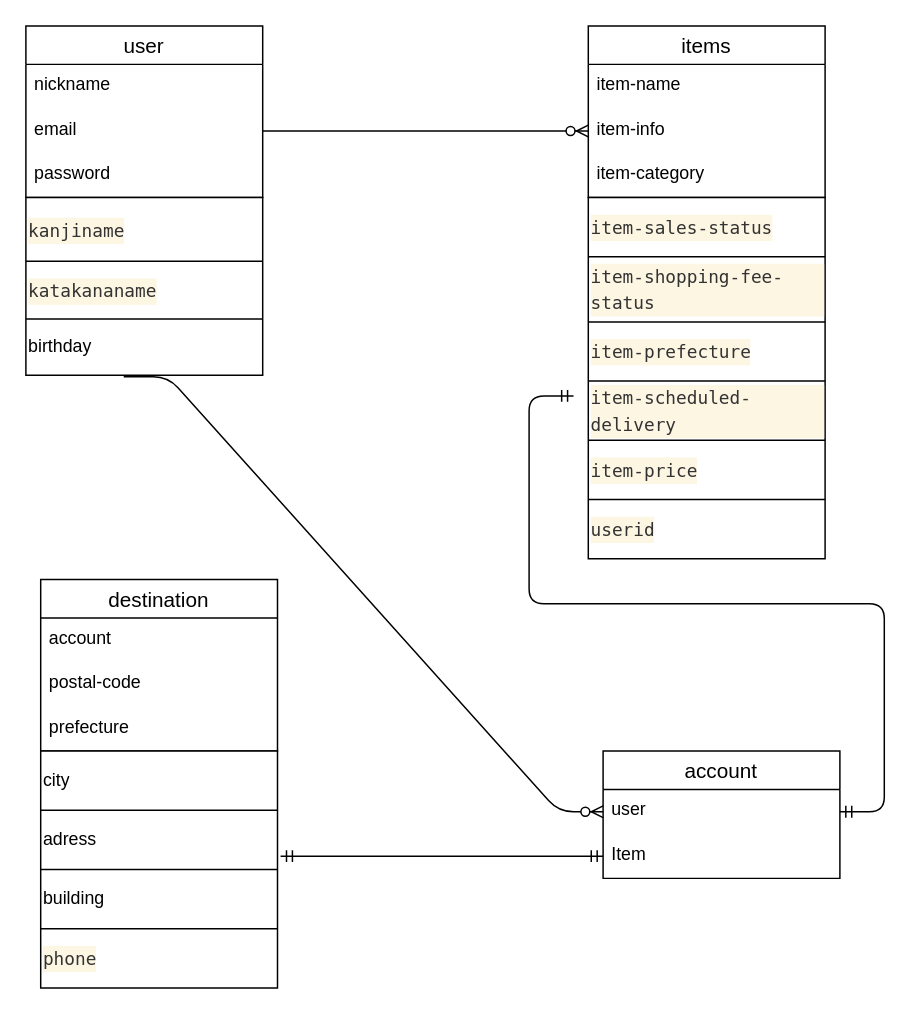
Above: test.dio in kondo1173/furima-35490 (draw.io), before the change. Source tidied: cells renumbered, new cells numbered last; positions are measured from the earlier drawing's top-left corner, leaving out a move shared by most shapes. Both pictures are drawn from the tidied source at 148%, with x=0, y=0 at pixel (25, 25).
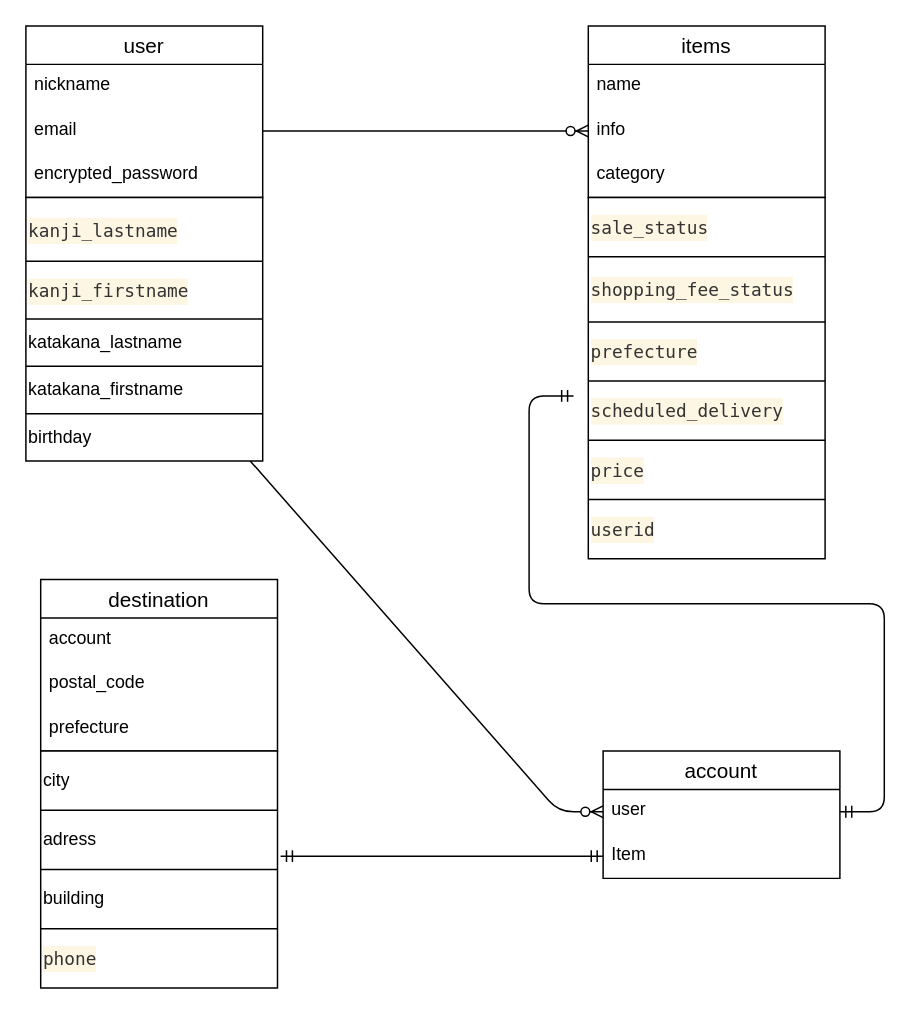
Above is the later version.

Commit message (it also covers changes not shown here):
README及びER図修正

Unchanged cells that the change refers to:
```xml
<mxCell id="2" value="user" style="swimlane;fontStyle=0;horizontal=1;startSize=26;align=center;fontSize=14;" parent="1" vertex="1">
  <mxGeometry width="160" height="116" as="geometry" />
</mxCell>
<mxCell id="6" value="items" style="swimlane;fontStyle=0;horizontal=1;startSize=26;align=center;fontSize=14;" parent="1" vertex="1">
  <mxGeometry x="380" width="160" height="116" as="geometry" />
</mxCell>
<mxCell id="17" style="shape=partialRectangle;html=1;whiteSpace=wrap;fillColor=none;top=0;left=0;bottom=0;right=0;" parent="16" vertex="1">
  <mxGeometry width="160" height="43" as="geometry" />
</mxCell>
<mxCell id="19" style="shape=partialRectangle;html=1;whiteSpace=wrap;fillColor=none;top=0;left=0;bottom=0;right=0;" parent="16" vertex="1">
  <mxGeometry y="43" width="160" height="39" as="geometry" />
</mxCell>
<mxCell id="24" style="shape=partialRectangle;html=1;whiteSpace=wrap;fillColor=none;top=0;left=0;bottom=0;right=0;" parent="23" vertex="1">
  <mxGeometry width="160" height="40" as="geometry" />
</mxCell>
<mxCell id="26" style="shape=partialRectangle;html=1;whiteSpace=wrap;fillColor=none;top=0;left=0;bottom=0;right=0;" parent="23" vertex="1">
  <mxGeometry y="40" width="160" height="44" as="geometry" />
</mxCell>
<mxCell id="28" style="shape=partialRectangle;html=1;whiteSpace=wrap;fillColor=none;top=0;left=0;bottom=0;right=0;" parent="23" vertex="1">
  <mxGeometry y="84" width="160" height="40" as="geometry" />
</mxCell>
<mxCell id="30" style="shape=partialRectangle;html=1;whiteSpace=wrap;fillColor=none;top=0;left=0;bottom=0;right=0;" parent="23" vertex="1">
  <mxGeometry y="124" width="160" height="40" as="geometry" />
</mxCell>
<mxCell id="32" style="shape=partialRectangle;html=1;whiteSpace=wrap;fillColor=none;top=0;left=0;bottom=0;right=0;" parent="23" vertex="1">
  <mxGeometry y="164" width="160" height="40" as="geometry" />
</mxCell>
<mxCell id="36" value="destination" style="swimlane;fontStyle=0;horizontal=1;startSize=26;align=center;fontSize=14;" parent="1" vertex="1">
  <mxGeometry x="10" y="374" width="160" height="116" as="geometry" />
</mxCell>
```

Diff of the diagram source:
```diff
@@
-<mxGraphModel>
+<mxGraphModel background="#ffffff">
@@
-    <mxCell id="5" value="password&#10;" style="text;strokeColor=none;fillColor=none;spacingLeft=4;spacingRight=4;overflow=hidden;fontSize=12;" parent="2" vertex="1">
+    <mxCell id="5" value="encrypted_password&#10;" style="text;strokeColor=none;fillColor=none;spacingLeft=4;spacingRight=4;overflow=hidden;fontSize=12;" parent="2" vertex="1">
       <mxGeometry y="86" width="160" height="30" as="geometry" />
     </mxCell>
@@
-    <mxCell id="7" value="item-name" style="text;strokeColor=none;fillColor=none;spacingLeft=4;spacingRight=4;overflow=hidden;fontSize=12;" parent="6" vertex="1">
+    <mxCell id="7" value="name" style="text;strokeColor=none;fillColor=none;spacingLeft=4;spacingRight=4;overflow=hidden;fontSize=12;" parent="6" vertex="1">
       <mxGeometry y="26" width="160" height="30" as="geometry" />
     </mxCell>
-    <mxCell id="8" value="item-info" style="text;strokeColor=none;fillColor=none;spacingLeft=4;spacingRight=4;overflow=hidden;fontSize=12;" parent="6" vertex="1">
+    <mxCell id="8" value="info" style="text;strokeColor=none;fillColor=none;spacingLeft=4;spacingRight=4;overflow=hidden;fontSize=12;" parent="6" vertex="1">
       <mxGeometry y="56" width="160" height="30" as="geometry" />
     </mxCell>
-    <mxCell id="9" value="item-category&#10;" style="text;strokeColor=none;fillColor=none;spacingLeft=4;spacingRight=4;overflow=hidden;fontSize=12;" parent="6" vertex="1">
+    <mxCell id="9" value="category&#10;" style="text;strokeColor=none;fillColor=none;spacingLeft=4;spacingRight=4;overflow=hidden;fontSize=12;" parent="6" vertex="1">
       <mxGeometry y="86" width="160" height="30" as="geometry" />
     </mxCell>
@@
     <mxCell id="16" style="shape=table;html=1;whiteSpace=wrap;startSize=0;childLayout=tableLayout;align=left;" parent="1" vertex="1">
-      <mxGeometry y="116" width="160" height="120" as="geometry" />
+      <mxGeometry y="116" width="160" height="178" as="geometry" />
     </mxCell>
@@
-    <mxCell id="18" value="&lt;div style=&quot;color: rgb(51, 51, 51); background-color: rgb(253, 246, 227); font-family: menlo, monaco, &amp;quot;courier new&amp;quot;, monospace; font-weight: normal; font-size: 12px; line-height: 18px;&quot;&gt;&lt;div&gt;&lt;span style=&quot;color: #333333&quot;&gt;kanjiname&lt;/span&gt;&lt;/div&gt;&lt;/div&gt;" style="shape=partialRectangle;html=1;whiteSpace=wrap;overflow=hidden;fillColor=none;top=0;left=0;bottom=0;right=0;align=left;" parent="17" vertex="1">
+    <mxCell id="18" value="&lt;div style=&quot;color: rgb(51 , 51 , 51) ; background-color: rgb(253 , 246 , 227) ; font-family: &amp;#34;menlo&amp;#34; , &amp;#34;monaco&amp;#34; , &amp;#34;courier new&amp;#34; , monospace ; font-weight: normal ; font-size: 12px ; line-height: 18px&quot;&gt;&lt;div&gt;&lt;span style=&quot;color: #333333&quot;&gt;kanji_lastname&lt;/span&gt;&lt;/div&gt;&lt;/div&gt;" style="shape=partialRectangle;html=1;whiteSpace=wrap;overflow=hidden;fillColor=none;top=0;left=0;bottom=0;right=0;align=left;" parent="17" vertex="1">
       <mxGeometry width="160" height="43" as="geometry" />
     </mxCell>
@@
-    <mxCell id="20" value="&lt;div style=&quot;color: rgb(51, 51, 51); background-color: rgb(253, 246, 227); font-family: menlo, monaco, &amp;quot;courier new&amp;quot;, monospace; font-weight: normal; font-size: 12px; line-height: 18px;&quot;&gt;&lt;div&gt;&lt;span style=&quot;color: #333333&quot;&gt;katakananame&lt;/span&gt;&lt;/div&gt;&lt;/div&gt;" style="shape=partialRectangle;html=1;whiteSpace=wrap;overflow=hidden;fillColor=none;top=0;left=0;bottom=0;right=0;align=left;" parent="19" vertex="1">
+    <mxCell id="20" value="&lt;div style=&quot;color: rgb(51 , 51 , 51) ; background-color: rgb(253 , 246 , 227) ; font-family: &amp;#34;menlo&amp;#34; , &amp;#34;monaco&amp;#34; , &amp;#34;courier new&amp;#34; , monospace ; font-weight: normal ; font-size: 12px ; line-height: 18px&quot;&gt;&lt;div&gt;&lt;span style=&quot;color: #333333&quot;&gt;kanji_firstname&lt;/span&gt;&lt;/div&gt;&lt;/div&gt;" style="shape=partialRectangle;html=1;whiteSpace=wrap;overflow=hidden;fillColor=none;top=0;left=0;bottom=0;right=0;align=left;" parent="19" vertex="1">
       <mxGeometry width="160" height="39" as="geometry" />
     </mxCell>
     <mxCell id="21" style="shape=partialRectangle;html=1;whiteSpace=wrap;fillColor=none;top=0;left=0;bottom=0;right=0;points=[[0,0.5],[1,0.5]];portConstraint=eastwest;" parent="16" vertex="1">
-      <mxGeometry y="82" width="160" height="38" as="geometry" />
+      <mxGeometry y="82" width="160" height="32" as="geometry" />
     </mxCell>
-    <mxCell id="22" value="birthday" style="shape=partialRectangle;html=1;whiteSpace=wrap;overflow=hidden;fillColor=none;top=0;left=0;bottom=0;right=0;align=left;" parent="21" vertex="1">
-      <mxGeometry width="160" height="38" as="geometry" />
+    <mxCell id="22" value="katakana_lastname" style="shape=partialRectangle;html=1;whiteSpace=wrap;overflow=hidden;fillColor=none;top=0;left=0;bottom=0;right=0;align=left;" parent="21" vertex="1">
+      <mxGeometry width="160" height="32" as="geometry" />
     </mxCell>
+    <mxCell id="50" style="shape=partialRectangle;html=1;whiteSpace=wrap;fillColor=none;top=0;left=0;bottom=0;right=0;" parent="16" vertex="1">
+      <mxGeometry y="114" width="160" height="32" as="geometry" />
+    </mxCell>
+    <mxCell id="51" value="katakana_firstname" style="shape=partialRectangle;html=1;whiteSpace=wrap;overflow=hidden;fillColor=none;top=0;left=0;bottom=0;right=0;align=left;" parent="50" vertex="1">
+      <mxGeometry width="160" height="32" as="geometry" />
+    </mxCell>
+    <mxCell id="52" style="shape=partialRectangle;html=1;whiteSpace=wrap;fillColor=none;top=0;left=0;bottom=0;right=0;" parent="16" vertex="1">
+      <mxGeometry y="146" width="160" height="32" as="geometry" />
+    </mxCell>
+    <mxCell id="53" value="birthday" style="shape=partialRectangle;html=1;whiteSpace=wrap;overflow=hidden;fillColor=none;top=0;left=0;bottom=0;right=0;align=left;" parent="52" vertex="1">
+      <mxGeometry width="160" height="32" as="geometry" />
+    </mxCell>
@@
-    <mxCell id="25" value="&lt;div style=&quot;color: rgb(51, 51, 51); background-color: rgb(253, 246, 227); font-family: menlo, monaco, &amp;quot;courier new&amp;quot;, monospace; font-weight: normal; font-size: 12px; line-height: 18px;&quot;&gt;&lt;div&gt;&lt;span style=&quot;color: #333333&quot;&gt;item-sales-status&lt;/span&gt;&lt;/div&gt;&lt;/div&gt;" style="shape=partialRectangle;html=1;whiteSpace=wrap;overflow=hidden;fillColor=none;top=0;left=0;bottom=0;right=0;align=left;" parent="24" vertex="1">
+    <mxCell id="25" value="&lt;div style=&quot;color: rgb(51 , 51 , 51) ; background-color: rgb(253 , 246 , 227) ; font-family: &amp;#34;menlo&amp;#34; , &amp;#34;monaco&amp;#34; , &amp;#34;courier new&amp;#34; , monospace ; font-weight: normal ; font-size: 12px ; line-height: 18px&quot;&gt;&lt;div&gt;&lt;span style=&quot;color: #333333&quot;&gt;sale_status&lt;/span&gt;&lt;/div&gt;&lt;/div&gt;" style="shape=partialRectangle;html=1;whiteSpace=wrap;overflow=hidden;fillColor=none;top=0;left=0;bottom=0;right=0;align=left;" parent="24" vertex="1">
       <mxGeometry width="160" height="40" as="geometry" />
     </mxCell>
@@
-    <mxCell id="27" value="&lt;div style=&quot;color: rgb(51, 51, 51); background-color: rgb(253, 246, 227); font-family: menlo, monaco, &amp;quot;courier new&amp;quot;, monospace; font-weight: normal; font-size: 12px; line-height: 18px;&quot;&gt;&lt;div&gt;&lt;span style=&quot;color: #333333&quot;&gt;item-shopping-fee-status&lt;/span&gt;&lt;/div&gt;&lt;/div&gt;" style="shape=partialRectangle;html=1;whiteSpace=wrap;overflow=hidden;fillColor=none;top=0;left=0;bottom=0;right=0;align=left;" parent="26" vertex="1">
+    <mxCell id="27" value="&lt;div style=&quot;color: rgb(51 , 51 , 51) ; background-color: rgb(253 , 246 , 227) ; font-family: &amp;#34;menlo&amp;#34; , &amp;#34;monaco&amp;#34; , &amp;#34;courier new&amp;#34; , monospace ; font-weight: normal ; font-size: 12px ; line-height: 18px&quot;&gt;&lt;div&gt;&lt;span style=&quot;color: #333333&quot;&gt;shopping_fee_status&lt;/span&gt;&lt;/div&gt;&lt;/div&gt;" style="shape=partialRectangle;html=1;whiteSpace=wrap;overflow=hidden;fillColor=none;top=0;left=0;bottom=0;right=0;align=left;" parent="26" vertex="1">
       <mxGeometry width="160" height="44" as="geometry" />
     </mxCell>
@@
-    <mxCell id="29" value="&lt;div style=&quot;color: rgb(51, 51, 51); background-color: rgb(253, 246, 227); font-family: menlo, monaco, &amp;quot;courier new&amp;quot;, monospace; font-weight: normal; font-size: 12px; line-height: 18px;&quot;&gt;&lt;div&gt;&lt;span style=&quot;color: #333333&quot;&gt;item-prefecture&lt;/span&gt;&lt;/div&gt;&lt;/div&gt;" style="shape=partialRectangle;html=1;whiteSpace=wrap;overflow=hidden;fillColor=none;top=0;left=0;bottom=0;right=0;align=left;" parent="28" vertex="1">
+    <mxCell id="29" value="&lt;div style=&quot;color: rgb(51 , 51 , 51) ; background-color: rgb(253 , 246 , 227) ; font-family: &amp;#34;menlo&amp;#34; , &amp;#34;monaco&amp;#34; , &amp;#34;courier new&amp;#34; , monospace ; font-weight: normal ; font-size: 12px ; line-height: 18px&quot;&gt;&lt;div&gt;&lt;span style=&quot;color: #333333&quot;&gt;prefecture&lt;/span&gt;&lt;/div&gt;&lt;/div&gt;" style="shape=partialRectangle;html=1;whiteSpace=wrap;overflow=hidden;fillColor=none;top=0;left=0;bottom=0;right=0;align=left;" parent="28" vertex="1">
       <mxGeometry width="160" height="40" as="geometry" />
     </mxCell>
@@
-    <mxCell id="31" value="&lt;div style=&quot;color: rgb(51, 51, 51); background-color: rgb(253, 246, 227); font-family: menlo, monaco, &amp;quot;courier new&amp;quot;, monospace; font-weight: normal; font-size: 12px; line-height: 18px;&quot;&gt;&lt;div&gt;&lt;span style=&quot;color: #333333&quot;&gt;item-scheduled-delivery&lt;/span&gt;&lt;/div&gt;&lt;/div&gt;" style="shape=partialRectangle;html=1;whiteSpace=wrap;overflow=hidden;fillColor=none;top=0;left=0;bottom=0;right=0;align=left;" parent="30" vertex="1">
+    <mxCell id="31" value="&lt;div style=&quot;color: rgb(51 , 51 , 51) ; background-color: rgb(253 , 246 , 227) ; font-family: &amp;#34;menlo&amp;#34; , &amp;#34;monaco&amp;#34; , &amp;#34;courier new&amp;#34; , monospace ; font-weight: normal ; font-size: 12px ; line-height: 18px&quot;&gt;&lt;div&gt;&lt;span style=&quot;color: #333333&quot;&gt;scheduled_delivery&lt;/span&gt;&lt;/div&gt;&lt;/div&gt;" style="shape=partialRectangle;html=1;whiteSpace=wrap;overflow=hidden;fillColor=none;top=0;left=0;bottom=0;right=0;align=left;" parent="30" vertex="1">
       <mxGeometry width="160" height="40" as="geometry" />
     </mxCell>
@@
-    <mxCell id="33" value="&lt;div style=&quot;color: rgb(51, 51, 51); background-color: rgb(253, 246, 227); font-family: menlo, monaco, &amp;quot;courier new&amp;quot;, monospace; font-weight: normal; font-size: 12px; line-height: 18px;&quot;&gt;&lt;div&gt;&lt;span style=&quot;color: #333333&quot;&gt;item-price &lt;/span&gt;&lt;/div&gt;&lt;/div&gt;" style="shape=partialRectangle;html=1;whiteSpace=wrap;overflow=hidden;fillColor=none;top=0;left=0;bottom=0;right=0;align=left;" parent="32" vertex="1">
+    <mxCell id="33" value="&lt;div style=&quot;color: rgb(51 , 51 , 51) ; background-color: rgb(253 , 246 , 227) ; font-family: &amp;#34;menlo&amp;#34; , &amp;#34;monaco&amp;#34; , &amp;#34;courier new&amp;#34; , monospace ; font-weight: normal ; font-size: 12px ; line-height: 18px&quot;&gt;&lt;div&gt;&lt;span style=&quot;color: #333333&quot;&gt;price &lt;/span&gt;&lt;/div&gt;&lt;/div&gt;" style="shape=partialRectangle;html=1;whiteSpace=wrap;overflow=hidden;fillColor=none;top=0;left=0;bottom=0;right=0;align=left;" parent="32" vertex="1">
       <mxGeometry width="160" height="40" as="geometry" />
     </mxCell>
@@
-    <mxCell id="38" value="postal-code" style="text;strokeColor=none;fillColor=none;spacingLeft=4;spacingRight=4;overflow=hidden;fontSize=12;" parent="36" vertex="1">
+    <mxCell id="38" value="postal_code" style="text;strokeColor=none;fillColor=none;spacingLeft=4;spacingRight=4;overflow=hidden;fontSize=12;" parent="36" vertex="1">
       <mxGeometry y="56" width="160" height="30" as="geometry" />
     </mxCell>
```
